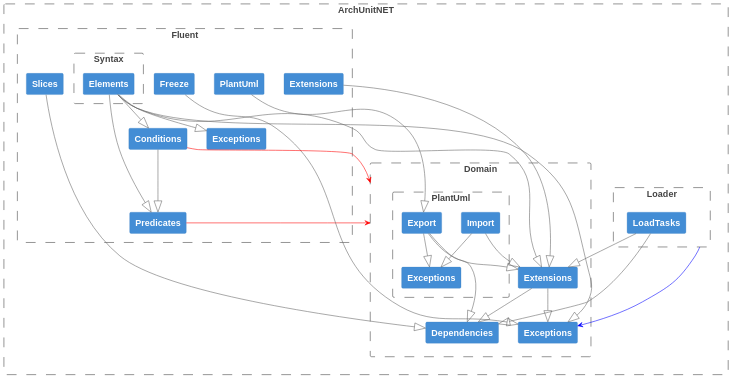
This is documentation/docs/diagrams/archUnitNet_three_alternative.svg from TNG/ArchUnitNET, a PlantUML export, as it was before one commit.
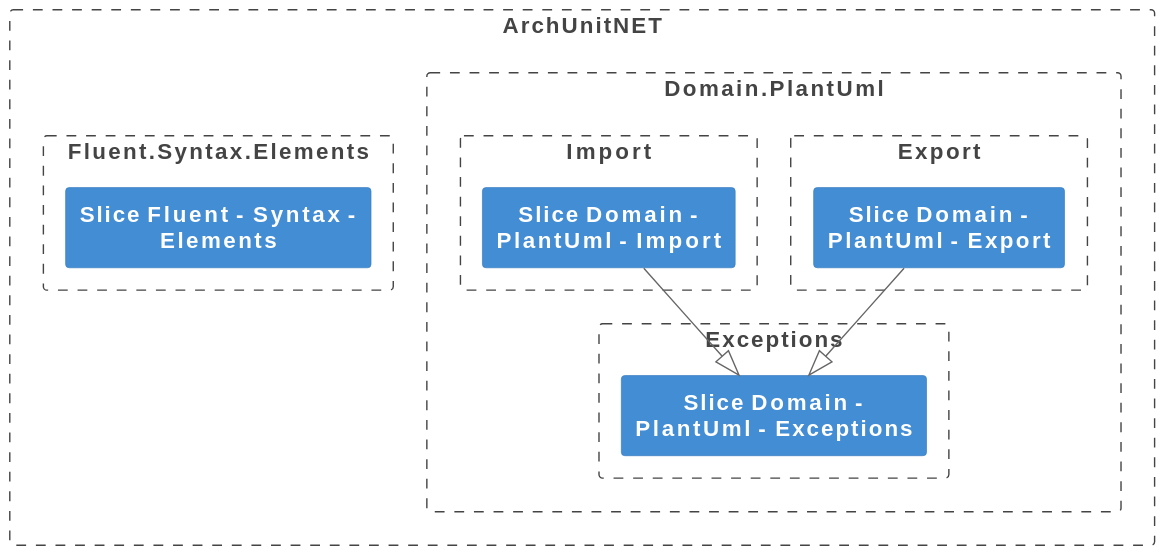
The same file after the commit.

The edit, as a diff of the source:
```diff
@@ -1,127 +1,25 @@
 @startuml
-
-!include https://raw.githubusercontent.com/plantuml-stdlib/C4-PlantUML/master/C4_Container.puml
+!include <C4/C4_Container>
 
 HIDE_STEREOTYPE()
 
-Boundary(ArchUnitNET, ArchUnitNET)  {
-Boundary(Loader, Loader)  {
-Container(ArchUnitNET.Loader.LoadTasks, LoadTasks)
-}
+Boundary(ArchUnitNET, ArchUnitNET) {
+  Boundary(ArchUnitNET.Fluent.Syntax.Elements, Fluent.Syntax.Elements) {
+    Container(Slice_Fluent___Syntax___Elements, Slice Fluent - Syntax - Elements)
+  }
+  Boundary(ArchUnitNET.Domain.PlantUml, Domain.PlantUml) {
+    Boundary(ArchUnitNET.Domain.PlantUml.Import, Import) {
+      Container(Slice_Domain___PlantUml___Import, Slice Domain - PlantUml - Import)
+    }
+    Boundary(ArchUnitNET.Domain.PlantUml.Export, Export) {
+      Container(Slice_Domain___PlantUml___Export, Slice Domain - PlantUml - Export)
+    }
+    Boundary(ArchUnitNET.Domain.PlantUml.Exceptions, Exceptions) {
+      Container(Slice_Domain___PlantUml___Exceptions, Slice Domain - PlantUml - Exceptions)
+    }
+  }
 }
 
-Boundary(ArchUnitNET, ArchUnitNET)  {
-Boundary(Fluent, Fluent)  {
-Boundary(Syntax, Syntax)  {
-Container(ArchUnitNET.Fluent.Syntax.Elements, Elements)
-}
-}
-}
-
-Boundary(ArchUnitNET, ArchUnitNET)  {
-Boundary(Fluent, Fluent)  {
-Container(ArchUnitNET.Fluent.Slices, Slices)
-}
-}
-
-Boundary(ArchUnitNET, ArchUnitNET)  {
-Boundary(Fluent, Fluent)  {
-Container(ArchUnitNET.Fluent.Predicates, Predicates)
-}
-}
-
-Boundary(ArchUnitNET, ArchUnitNET)  {
-Boundary(Fluent, Fluent)  {
-Container(ArchUnitNET.Fluent.PlantUml, PlantUml)
-}
-}
-
-Boundary(ArchUnitNET, ArchUnitNET)  {
-Boundary(Fluent, Fluent)  {
-Container(ArchUnitNET.Fluent.Freeze, Freeze)
-}
-}
-
-Boundary(ArchUnitNET, ArchUnitNET)  {
-Boundary(Fluent, Fluent)  {
-Container(ArchUnitNET.Fluent.Extensions, Extensions)
-}
-}
-
-Boundary(ArchUnitNET, ArchUnitNET)  {
-Boundary(Fluent, Fluent)  {
-Container(ArchUnitNET.Fluent.Exceptions, Exceptions)
-}
-}
-
-Boundary(ArchUnitNET, ArchUnitNET)  {
-Boundary(Fluent, Fluent)  {
-Container(ArchUnitNET.Fluent.Conditions, Conditions)
-}
-}
-
-Boundary(ArchUnitNET, ArchUnitNET)  {
-Boundary(Domain, Domain)  {
-Boundary(PlantUml, PlantUml)  {
-Container(ArchUnitNET.Domain.PlantUml.Import, Import)
-}
-}
-}
-
-Boundary(ArchUnitNET, ArchUnitNET)  {
-Boundary(Domain, Domain)  {
-Boundary(PlantUml, PlantUml)  {
-Container(ArchUnitNET.Domain.PlantUml.Export, Export)
-}
-}
-}
-
-Boundary(ArchUnitNET, ArchUnitNET)  {
-Boundary(Domain, Domain)  {
-Boundary(PlantUml, PlantUml)  {
-Container(ArchUnitNET.Domain.PlantUml.Exceptions, Exceptions)
-}
-}
-}
-
-Boundary(ArchUnitNET, ArchUnitNET)  {
-Boundary(Domain, Domain)  {
-Container(ArchUnitNET.Domain.Extensions, Extensions)
-}
-}
-
-Boundary(ArchUnitNET, ArchUnitNET)  {
-Boundary(Domain, Domain)  {
-Container(ArchUnitNET.Domain.Exceptions, Exceptions)
-}
-}
-
-Boundary(ArchUnitNET, ArchUnitNET)  {
-Boundary(Domain, Domain)  {
-Container(ArchUnitNET.Domain.Dependencies, Dependencies)
-}
-}
-
-Loader -[#blue]> [ArchUnitNET.Domain.Exceptions]
-[ArchUnitNET.Loader.LoadTasks] --|> [ArchUnitNET.Domain.Extensions]
-[ArchUnitNET.Loader.LoadTasks] --|> [ArchUnitNET.Domain.Dependencies]
-[ArchUnitNET.Fluent.Syntax.Elements] --|> [ArchUnitNET.Fluent.Predicates]
-[ArchUnitNET.Fluent.Syntax.Elements] --|> [ArchUnitNET.Fluent.Exceptions]
-[ArchUnitNET.Fluent.Syntax.Elements] --|> [ArchUnitNET.Fluent.Conditions]
-[ArchUnitNET.Fluent.Syntax.Elements] --|> [ArchUnitNET.Domain.Extensions]
-[ArchUnitNET.Fluent.Syntax.Elements] --|> [ArchUnitNET.Domain.Exceptions]
-[ArchUnitNET.Fluent.Slices] --|> [ArchUnitNET.Domain.Dependencies]
-[ArchUnitNET.Fluent.Predicates] -[#red]> Domain
-[ArchUnitNET.Fluent.PlantUml] --|> [ArchUnitNET.Domain.PlantUml.Export]
-[ArchUnitNET.Fluent.Freeze] --|> [ArchUnitNET.Domain.Exceptions]
-[ArchUnitNET.Fluent.Extensions] --|> [ArchUnitNET.Domain.Extensions]
-[ArchUnitNET.Fluent.Conditions] --|> [ArchUnitNET.Fluent.Predicates]
-[ArchUnitNET.Fluent.Conditions] -[#red]> Domain
-[ArchUnitNET.Domain.PlantUml.Import] --|> [ArchUnitNET.Domain.PlantUml.Exceptions]
-[ArchUnitNET.Domain.PlantUml.Import] --|> [ArchUnitNET.Domain.Extensions]
-[ArchUnitNET.Domain.PlantUml.Export] --|> [ArchUnitNET.Domain.PlantUml.Exceptions]
-[ArchUnitNET.Domain.PlantUml.Export] --|> [ArchUnitNET.Domain.Extensions]
-[ArchUnitNET.Domain.PlantUml.Export] --|> [ArchUnitNET.Domain.Dependencies]
-[ArchUnitNET.Domain.Extensions] --|> [ArchUnitNET.Domain.Exceptions]
-[ArchUnitNET.Domain.Extensions] --|> [ArchUnitNET.Domain.Dependencies]
+[Slice_Domain___PlantUml___Import] --|> [Slice_Domain___PlantUml___Exceptions]
+[Slice_Domain___PlantUml___Export] --|> [Slice_Domain___PlantUml___Exceptions]
 @enduml
```
